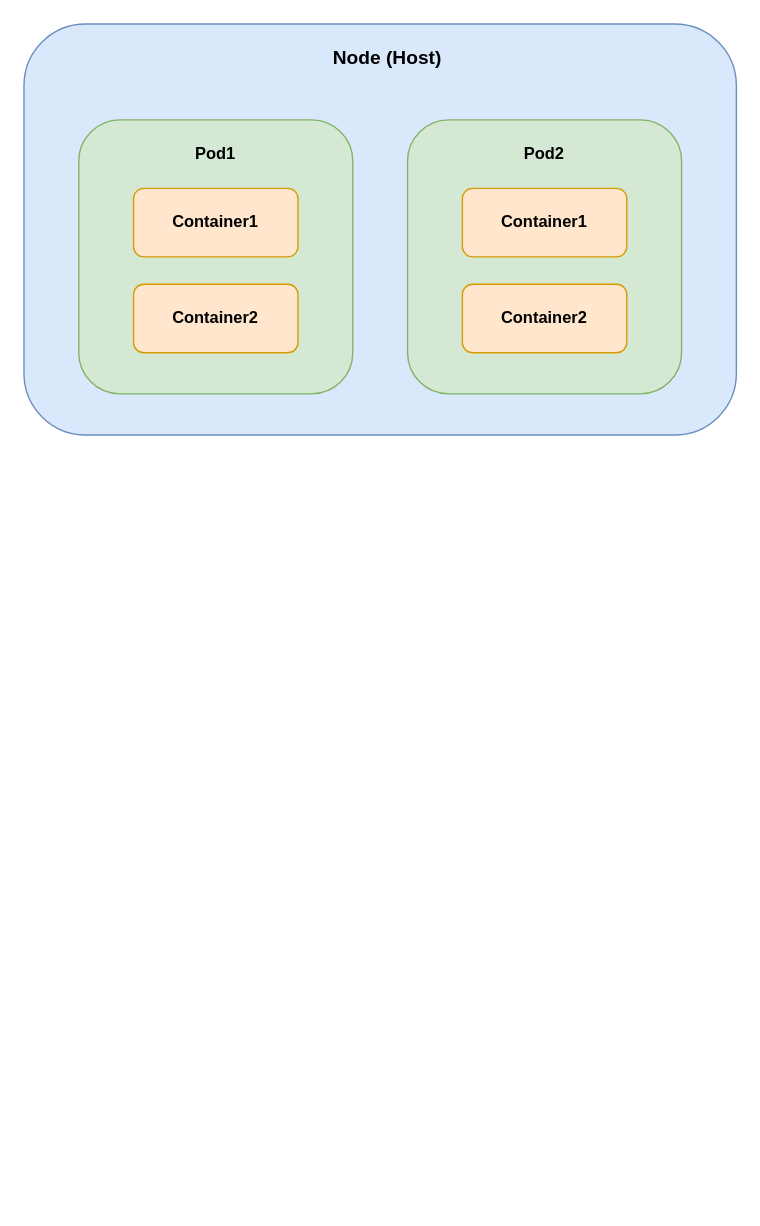
This is k8s_basic.drawio from ZiqingYip/moment, a draw.io file, before an edit. Source tidied: cells renumbered, new cells numbered last; positions are measured from the earlier drawing's top-left corner, leaving out a move shared by most shapes. Both pictures are drawn from the tidied source at 137%, with x=0, y=0 at pixel (23, 23).
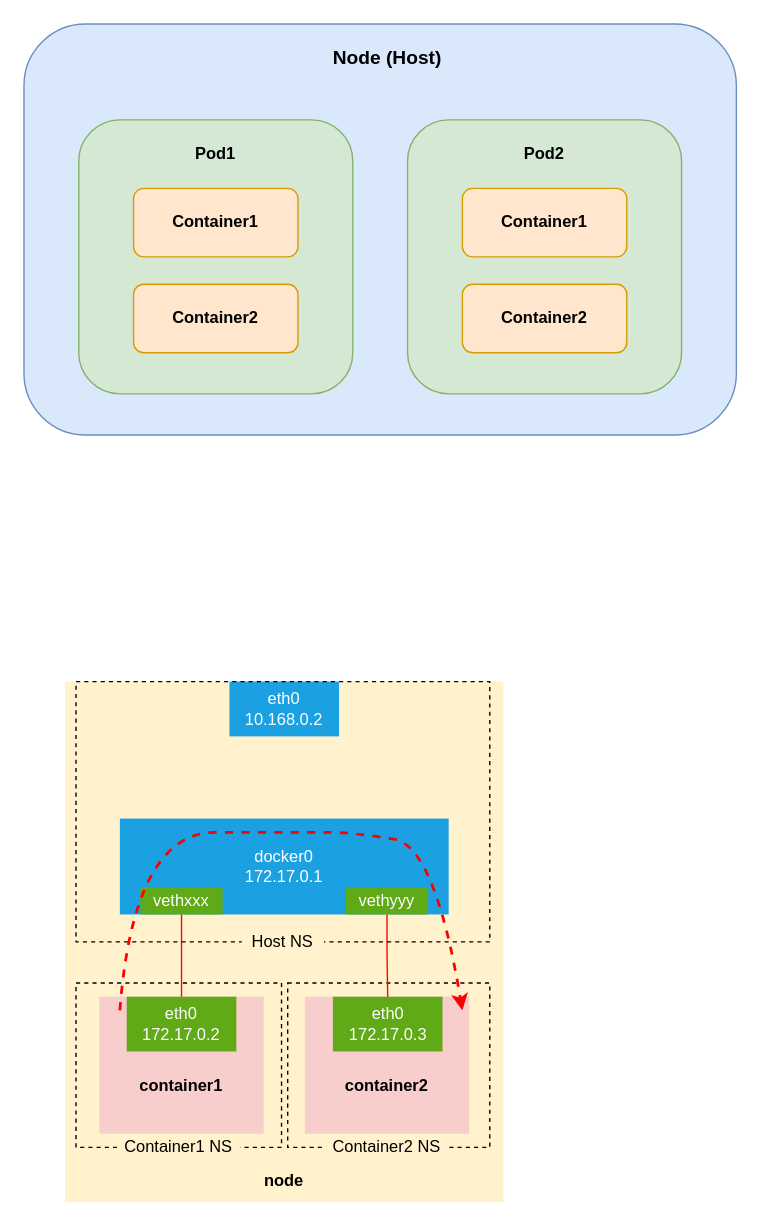
After the change.

Diff of the diagram source:
```diff
@@
+    <mxCell id="12" style="rounded=0;whiteSpace=wrap;html=1;fillColor=#fff2cc;strokeColor=none;" parent="1" vertex="1">
+      <mxGeometry x="30" y="480" width="320" height="380" as="geometry" />
+    </mxCell>
+    <mxCell id="13" style="rounded=0;whiteSpace=wrap;html=1;fillColor=none;dashed=1;" parent="1" vertex="1">
+      <mxGeometry x="192.5" y="700" width="147.5" height="120" as="geometry" />
+    </mxCell>
+    <mxCell id="14" value="Container2 NS" style="text;html=1;strokeColor=none;fillColor=#fff2cc;align=center;verticalAlign=middle;whiteSpace=wrap;rounded=0;" parent="1" vertex="1">
+      <mxGeometry x="220" y="811.5" width="90" height="17" as="geometry" />
+    </mxCell>
+    <mxCell id="15" style="rounded=0;whiteSpace=wrap;html=1;fillColor=none;dashed=1;" parent="1" vertex="1">
+      <mxGeometry x="38" y="700" width="150" height="120" as="geometry" />
+    </mxCell>
+    <mxCell id="16" value="Container1 NS" style="text;html=1;strokeColor=none;fillColor=#fff2cc;align=center;verticalAlign=middle;whiteSpace=wrap;rounded=0;glass=0;labelBackgroundColor=none;" parent="1" vertex="1">
+      <mxGeometry x="68" y="813" width="90" height="14" as="geometry" />
+    </mxCell>
@@
+    <mxCell id="17" value="docker0&lt;br&gt;172.17.0.1" style="rounded=0;whiteSpace=wrap;html=1;fillColor=#1ba1e2;strokeColor=none;fontColor=#ffffff;" parent="1" vertex="1">
+      <mxGeometry x="70" y="580" width="240" height="70" as="geometry" />
+    </mxCell>
+    <mxCell id="18" value="eth0&lt;br&gt;10.168.0.2" style="rounded=0;whiteSpace=wrap;html=1;fillColor=#1ba1e2;strokeColor=none;fontColor=#ffffff;" parent="1" vertex="1">
+      <mxGeometry x="150" y="480" width="80" height="40" as="geometry" />
+    </mxCell>
+    <mxCell id="19" style="rounded=0;whiteSpace=wrap;html=1;fillColor=#f8cecc;strokeColor=none;" parent="1" vertex="1">
+      <mxGeometry x="55" y="710" width="120" height="100" as="geometry" />
+    </mxCell>
+    <mxCell id="20" style="rounded=0;whiteSpace=wrap;html=1;fillColor=#f8cecc;strokeColor=none;" parent="1" vertex="1">
+      <mxGeometry x="205" y="710" width="120" height="100" as="geometry" />
+    </mxCell>
+    <mxCell id="21" value="&lt;b&gt;node&lt;/b&gt;" style="text;html=1;strokeColor=none;fillColor=none;align=center;verticalAlign=middle;whiteSpace=wrap;rounded=0;" parent="1" vertex="1">
+      <mxGeometry x="160" y="830" width="60" height="30" as="geometry" />
+    </mxCell>
+    <mxCell id="22" value="&lt;b&gt;container1&lt;/b&gt;" style="text;html=1;strokeColor=none;fillColor=none;align=center;verticalAlign=middle;whiteSpace=wrap;rounded=0;" parent="1" vertex="1">
+      <mxGeometry x="85" y="760" width="60" height="30" as="geometry" />
+    </mxCell>
+    <mxCell id="23" value="&lt;b&gt;container2&lt;/b&gt;" style="text;html=1;strokeColor=none;fillColor=none;align=center;verticalAlign=middle;whiteSpace=wrap;rounded=0;" parent="1" vertex="1">
+      <mxGeometry x="235" y="760" width="60" height="30" as="geometry" />
+    </mxCell>
+    <mxCell id="24" value="eth0&lt;br&gt;172.17.0.2" style="rounded=0;whiteSpace=wrap;html=1;fillColor=#60a917;strokeColor=none;fontColor=#ffffff;" parent="1" vertex="1">
+      <mxGeometry x="75" y="710" width="80" height="40" as="geometry" />
+    </mxCell>
+    <mxCell id="25" value="eth0&lt;br style=&quot;border-color: var(--border-color);&quot;&gt;172.17.0.3" style="rounded=0;whiteSpace=wrap;html=1;fillColor=#60a917;strokeColor=none;fontColor=#ffffff;" parent="1" vertex="1">
+      <mxGeometry x="225.5" y="710" width="80" height="40" as="geometry" />
+    </mxCell>
+    <mxCell id="26" style="edgeStyle=orthogonalEdgeStyle;rounded=0;jettySize=auto;html=1;exitX=0.5;exitY=1;exitDx=0;exitDy=0;entryX=0.5;entryY=0;entryDx=0;entryDy=0;endArrow=none;endFill=0;strokeColor=#FF0000;" parent="1" edge="1" source="27" target="24">
+      <mxGeometry relative="1" as="geometry" />
+    </mxCell>
+    <mxCell id="27" value="vethxxx" style="rounded=0;whiteSpace=wrap;html=1;fillColor=#60a917;strokeColor=none;fontColor=#ffffff;" parent="1" vertex="1">
+      <mxGeometry x="85" y="630" width="60" height="20" as="geometry" />
+    </mxCell>
+    <mxCell id="28" style="edgeStyle=orthogonalEdgeStyle;rounded=0;jettySize=auto;html=1;exitX=0.5;exitY=1;exitDx=0;exitDy=0;endArrow=none;endFill=0;strokeColor=#FF0000;" parent="1" edge="1" source="29" target="25">
+      <mxGeometry relative="1" as="geometry" />
+    </mxCell>
+    <mxCell id="29" value="vethyyy" style="rounded=0;whiteSpace=wrap;html=1;fillColor=#60a917;strokeColor=none;fontColor=#ffffff;" parent="1" vertex="1">
+      <mxGeometry x="235" y="630" width="60" height="20" as="geometry" />
+    </mxCell>
+    <mxCell id="30" style="rounded=0;whiteSpace=wrap;html=1;fillColor=none;dashed=1;" parent="1" vertex="1">
+      <mxGeometry x="38" y="480" width="302" height="190" as="geometry" />
+    </mxCell>
+    <mxCell id="31" value="Host NS" style="text;html=1;strokeColor=none;fillColor=#fff2cc;align=center;verticalAlign=middle;whiteSpace=wrap;rounded=0;" parent="1" vertex="1">
+      <mxGeometry x="159" y="655" width="60" height="30" as="geometry" />
+    </mxCell>
+    <mxCell id="32" style="curved=1;endArrow=classic;html=1;rounded=0;strokeColor=#fa0000;strokeWidth=2;dashed=1;" parent="1" edge="1">
+      <mxGeometry relative="1" as="geometry">
+        <mxPoint x="70" y="720" as="sourcePoint" />
+        <mxPoint x="320" y="720" as="targetPoint" />
+        <Array as="points">
+          <mxPoint x="80" y="590" />
+          <mxPoint x="200" y="590" />
+          <mxPoint x="240" y="590" />
+          <mxPoint x="300" y="600" />
+        </Array>
+      </mxGeometry>
+    </mxCell>
```
